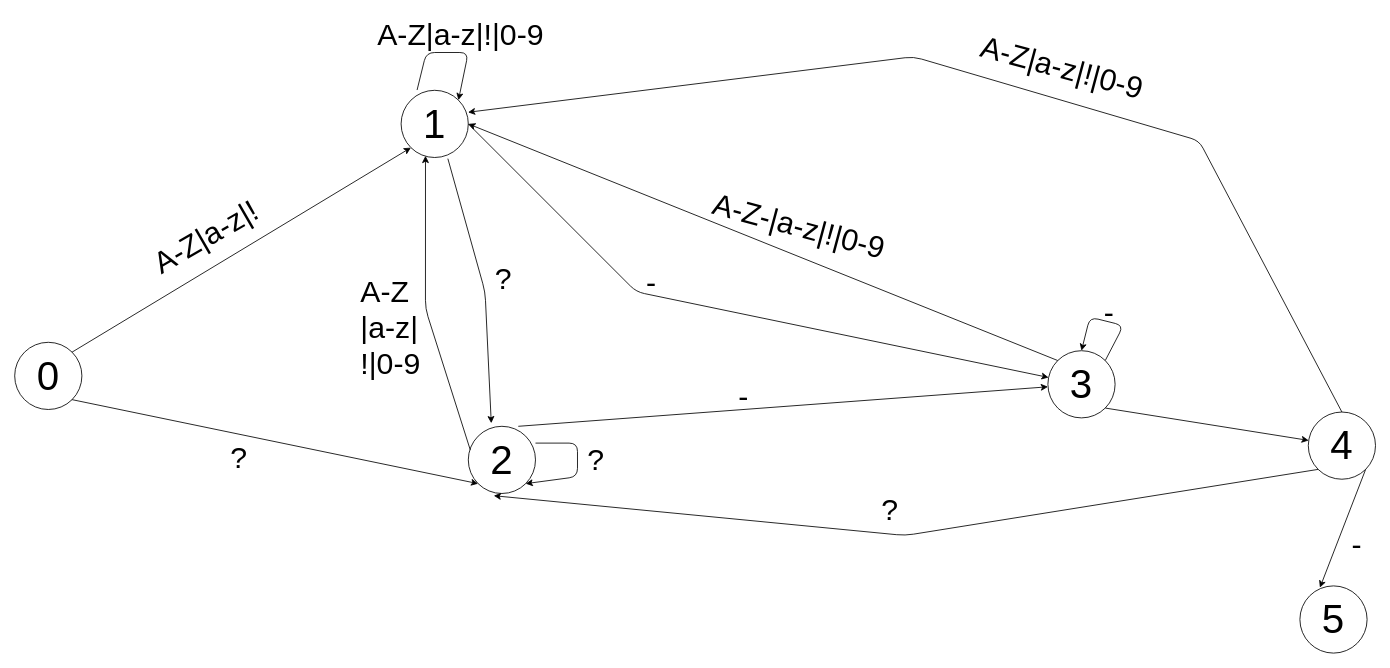
The draw.io diagram labs/lab05/report/id.drawio in ArtDu/Compiler-Theory, before the edit. Source tidied: cells renumbered, new cells numbered last; positions are measured from the earlier drawing's top-left corner, leaving out a move shared by most shapes. Both pictures are drawn from the tidied source at 84%, with x=0, y=0 at pixel (14, 14).
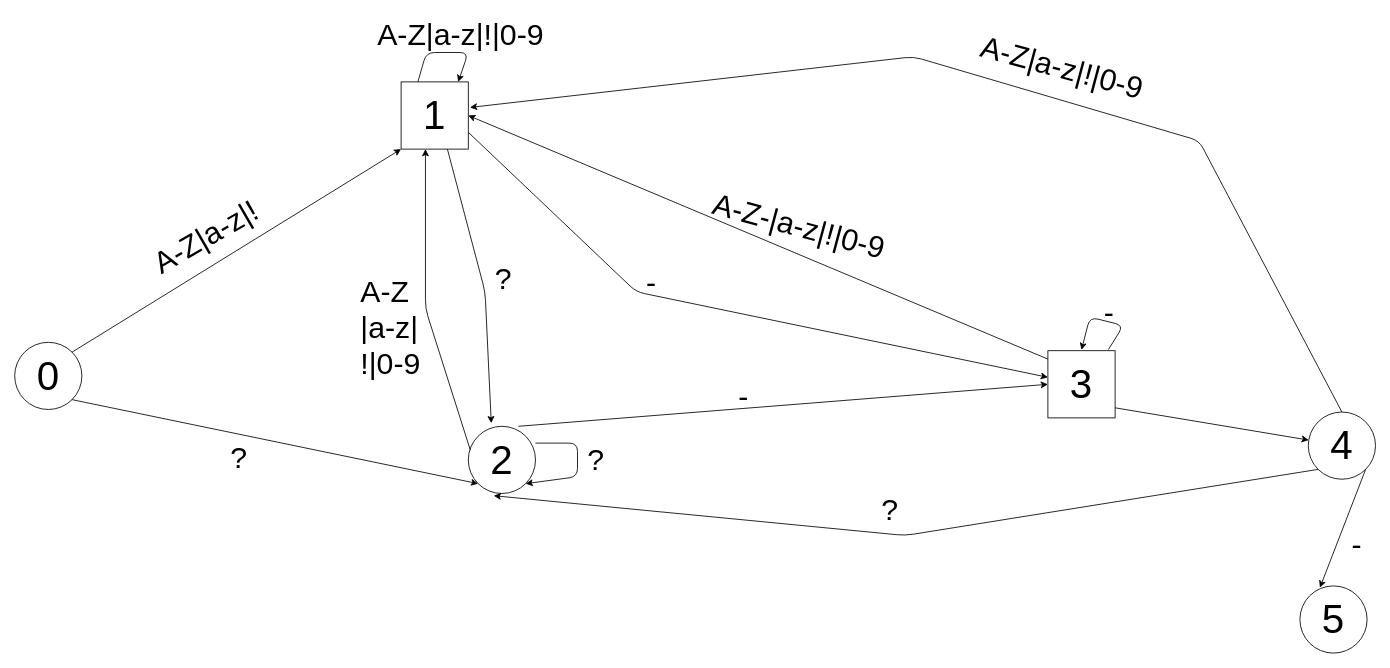
The same page after the edit.

The change refers to these unchanged cells:
```xml
<mxCell id="3" value="&lt;font style=&quot;font-size: 48px&quot;&gt;0&lt;/font&gt;" style="ellipse;whiteSpace=wrap;html=1;" parent="1" vertex="1">
  <mxGeometry y="390" width="80" height="80" as="geometry" />
</mxCell>
<mxCell id="5" value="&lt;font style=&quot;font-size: 48px&quot;&gt;2&lt;/font&gt;" style="ellipse;whiteSpace=wrap;html=1;" parent="1" vertex="1">
  <mxGeometry x="540" y="490" width="80" height="80" as="geometry" />
</mxCell>
<mxCell id="7" value="&lt;font style=&quot;font-size: 48px&quot;&gt;4&lt;/font&gt;" style="ellipse;whiteSpace=wrap;html=1;" parent="1" vertex="1">
  <mxGeometry x="1540" y="473" width="80" height="80" as="geometry" />
</mxCell>
```

What changed in the source:
```diff
@@
-    <mxCell id="4" value="&lt;font style=&quot;font-size: 48px&quot;&gt;1&lt;/font&gt;" style="ellipse;whiteSpace=wrap;html=1;" parent="1" vertex="1">
-      <mxGeometry x="460" y="90" width="80" height="80" as="geometry" />
-    </mxCell>
@@
-    <mxCell id="6" value="&lt;font style=&quot;font-size: 48px&quot;&gt;3&lt;/font&gt;" style="ellipse;whiteSpace=wrap;html=1;" parent="1" vertex="1">
-      <mxGeometry x="1230" y="400" width="80" height="80" as="geometry" />
-    </mxCell>
@@
-    <mxCell id="9" style="endArrow=classic;html=1;exitX=0.744;exitY=0;exitDx=0;exitDy=0;exitPerimeter=0;" parent="1" edge="1" source="5" target="6">
+    <mxCell id="9" style="endArrow=classic;html=1;exitX=0.744;exitY=0;exitDx=0;exitDy=0;exitPerimeter=0;entryX=0;entryY=0.5;entryDx=0;entryDy=0;" parent="1" edge="1" source="5" target="6">
       <mxGeometry relative="1" as="geometry" />
     </mxCell>
-    <mxCell id="10" style="endArrow=classic;html=1;exitX=1;exitY=1;exitDx=0;exitDy=0;" parent="1" edge="1" source="6" target="7">
-      <mxGeometry relative="1" as="geometry" />
+    <mxCell id="10" style="endArrow=classic;html=1;" parent="1" edge="1" target="7">
+      <mxGeometry relative="1" as="geometry">
+        <mxPoint x="1310" y="468" as="sourcePoint" />
+      </mxGeometry>
     </mxCell>
-    <mxCell id="11" style="endArrow=classic;html=1;exitX=1;exitY=0.5;exitDx=0;exitDy=0;" parent="1" edge="1" source="4" target="6">
+    <mxCell id="11" style="endArrow=classic;html=1;exitX=1;exitY=0.75;exitDx=0;exitDy=0;" parent="1" edge="1" source="4" target="6">
       <mxGeometry relative="1" as="geometry">
         <Array as="points">
           <mxPoint x="740" y="330" />
         </Array>
       </mxGeometry>
     </mxCell>
-    <mxCell id="12" style="endArrow=classic;html=1;exitX=0.696;exitY=1.017;exitDx=0;exitDy=0;exitPerimeter=0;entryX=0.342;entryY=-0.046;entryDx=0;entryDy=0;entryPerimeter=0;" parent="1" edge="1" source="4" target="5">
+    <mxCell id="12" style="endArrow=classic;html=1;entryX=0.342;entryY=-0.046;entryDx=0;entryDy=0;entryPerimeter=0;exitX=0.689;exitY=1;exitDx=0;exitDy=0;exitPerimeter=0;" parent="1" edge="1" source="4" target="5">
       <mxGeometry relative="1" as="geometry">
         <Array as="points">
           <mxPoint x="560" y="330" />
         </Array>
       </mxGeometry>
     </mxCell>
-    <mxCell id="13" style="endArrow=classic;html=1;exitX=0;exitY=0;exitDx=0;exitDy=0;entryX=1;entryY=0.5;entryDx=0;entryDy=0;" parent="1" edge="1" source="6" target="4">
-      <mxGeometry relative="1" as="geometry" />
+    <mxCell id="13" style="endArrow=classic;html=1;" parent="1" edge="1">
+      <mxGeometry relative="1" as="geometry">
+        <mxPoint x="1230" y="410" as="sourcePoint" />
+        <mxPoint x="540" y="120" as="targetPoint" />
+      </mxGeometry>
     </mxCell>
@@
-    <mxCell id="15" style="endArrow=classic;html=1;exitX=1;exitY=0;exitDx=0;exitDy=0;entryX=0.5;entryY=0;entryDx=0;entryDy=0;" parent="1" edge="1" source="6" target="6">
+    <mxCell id="15" style="endArrow=classic;html=1;exitX=0.9;exitY=-0.017;exitDx=0;exitDy=0;exitPerimeter=0;" parent="1" edge="1" source="6">
       <mxGeometry relative="1" as="geometry">
+        <mxPoint x="1270" y="399" as="targetPoint" />
         <Array as="points">
           <mxPoint x="1320" y="370" />
           <mxPoint x="1280" y="360" />
         </Array>
       </mxGeometry>
     </mxCell>
@@
-    <mxCell id="17" style="endArrow=classic;html=1;entryX=0;entryY=1;entryDx=0;entryDy=0;exitX=1;exitY=0;exitDx=0;exitDy=0;" parent="1" edge="1" source="3" target="4">
-      <mxGeometry relative="1" as="geometry" />
+    <mxCell id="17" style="endArrow=classic;html=1;exitX=1;exitY=0;exitDx=0;exitDy=0;" parent="1" edge="1" source="3">
+      <mxGeometry relative="1" as="geometry">
+        <mxPoint x="460" y="160" as="targetPoint" />
+      </mxGeometry>
     </mxCell>
-    <mxCell id="18" style="endArrow=classic;html=1;entryX=1;entryY=0;entryDx=0;entryDy=0;exitX=0.238;exitY=-0.004;exitDx=0;exitDy=0;exitPerimeter=0;" parent="1" edge="1" source="4" target="4">
+    <mxCell id="18" style="endArrow=classic;html=1;exitX=0.25;exitY=0;exitDx=0;exitDy=0;" parent="1" edge="1" source="4">
       <mxGeometry relative="1" as="geometry">
+        <mxPoint x="528" y="80" as="targetPoint" />
         <Array as="points">
           <mxPoint x="490" y="45" />
           <mxPoint x="540" y="45" />
         </Array>
       </mxGeometry>
     </mxCell>
@@
-    <mxCell id="21" style="endArrow=classic;html=1;exitX=0.029;exitY=0.35;exitDx=0;exitDy=0;exitPerimeter=0;entryX=0.363;entryY=0.975;entryDx=0;entryDy=0;entryPerimeter=0;" parent="1" edge="1" source="5" target="4">
+    <mxCell id="21" style="endArrow=classic;html=1;exitX=0.029;exitY=0.35;exitDx=0;exitDy=0;exitPerimeter=0;" parent="1" edge="1" source="5">
       <mxGeometry relative="1" as="geometry">
+        <mxPoint x="489" y="160" as="targetPoint" />
         <Array as="points">
           <mxPoint x="489" y="350" />
         </Array>
       </mxGeometry>
     </mxCell>
@@
-    <mxCell id="32" style="endArrow=classic;html=1;exitX=0.5;exitY=0;exitDx=0;exitDy=0;entryX=0.996;entryY=0.327;entryDx=0;entryDy=0;entryPerimeter=0;" parent="1" edge="1" source="7" target="4">
+    <mxCell id="32" style="endArrow=classic;html=1;exitX=0.5;exitY=0;exitDx=0;exitDy=0;entryX=1.025;entryY=0.38;entryDx=0;entryDy=0;entryPerimeter=0;" parent="1" edge="1" source="7" target="4">
       <mxGeometry relative="1" as="geometry">
         <Array as="points">
           <mxPoint x="1410" y="150" />
           <mxPoint x="1070" y="50" />
         </Array>
       </mxGeometry>
     </mxCell>
@@
+    <mxCell id="4" value="&lt;font style=&quot;font-size: 48px&quot;&gt;1&lt;/font&gt;" style="whiteSpace=wrap;html=1;" parent="1" vertex="1">
+      <mxGeometry x="460" y="80" width="80" height="80" as="geometry" />
+    </mxCell>
+    <mxCell id="6" value="&lt;font style=&quot;font-size: 48px&quot;&gt;3&lt;/font&gt;" style="whiteSpace=wrap;html=1;" parent="1" vertex="1">
+      <mxGeometry x="1230" y="400" width="80" height="80" as="geometry" />
+    </mxCell>
```
